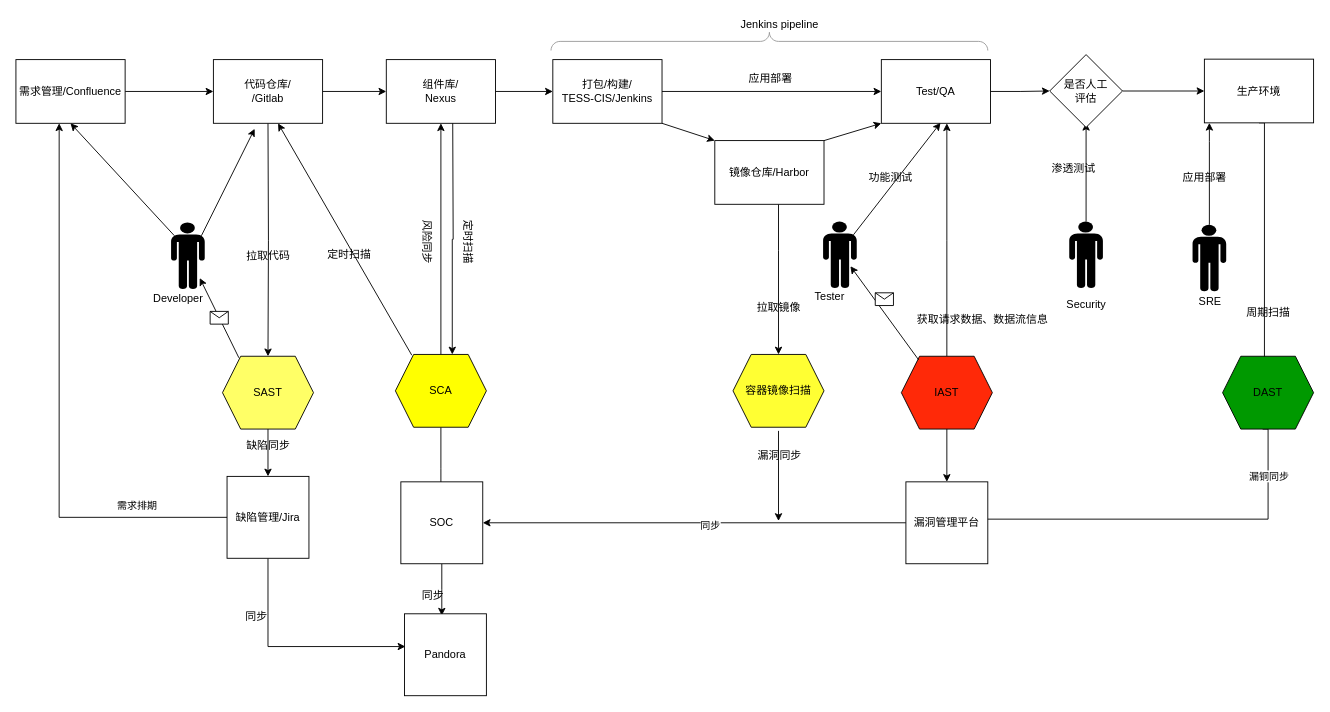
March110/- keeps this draw.io diagram as Untitled Diagram.drawio. Above is the earlier version. Source tidied: cells renumbered, new cells numbered last; positions are measured from the earlier drawing's top-left corner, leaving out a move shared by most shapes. Both pictures are drawn from the tidied source at 91%, with x=0, y=0 at pixel (15, 15).
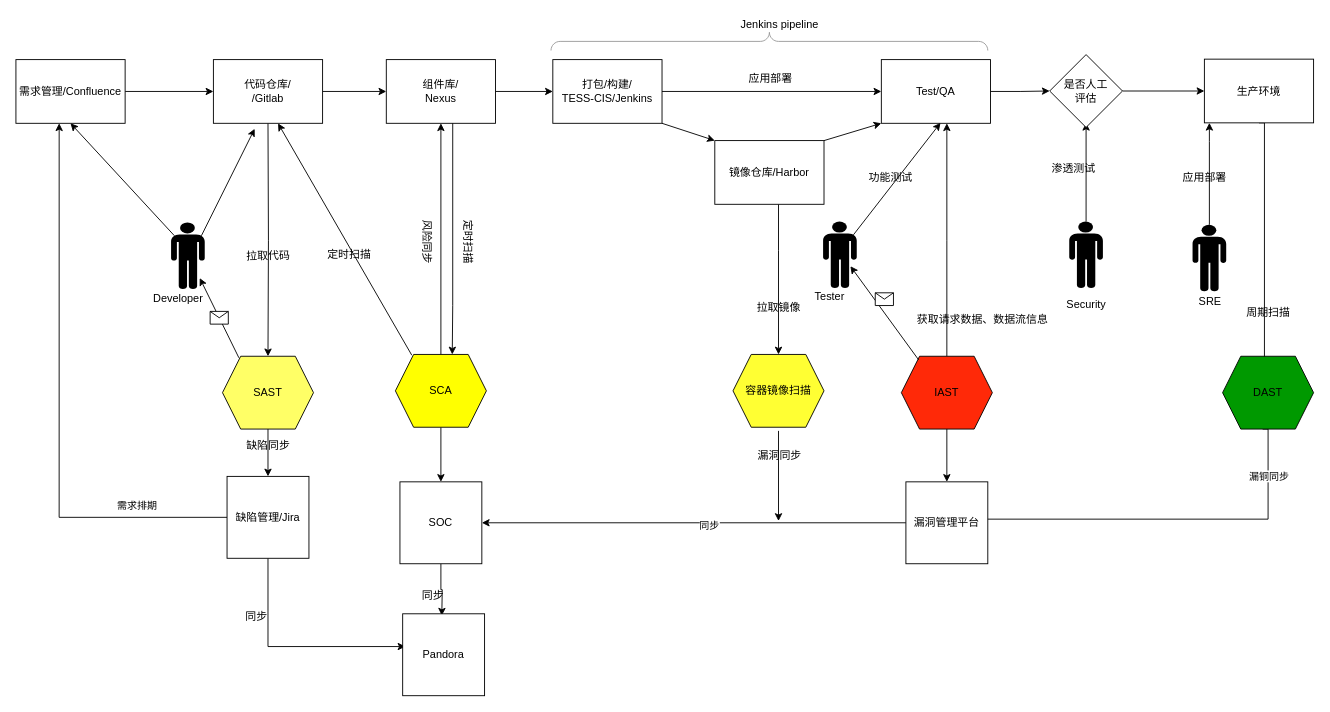
The same page after the edit.

Unchanged cells that the change refers to:
```xml
<mxCell id="18" value="SCA" style="shape=hexagon;perimeter=hexagonPerimeter2;whiteSpace=wrap;html=1;fixedSize=1;fillColor=#FFFF00;" parent="1" vertex="1">
  <mxGeometry x="417" y="372" width="100" height="80" as="geometry" />
</mxCell>
```

Diff of the diagram source:
```diff
@@
-    <mxCell id="17" style="edgeStyle=orthogonalEdgeStyle;rounded=0;jettySize=auto;html=1;" parent="1" edge="1" source="18">
-      <mxGeometry relative="1" as="geometry">
-        <mxPoint x="467" y="542" as="targetPoint" />
-      </mxGeometry>
-    </mxCell>
+    <mxCell id="80" style="edgeStyle=orthogonalEdgeStyle;rounded=0;jettySize=auto;html=1;" parent="1" edge="1" source="18" target="71">
+      <mxGeometry relative="1" as="geometry" />
+    </mxCell>
@@
     <mxCell id="71" value="SOC" style="whiteSpace=wrap;html=1;" parent="1" vertex="1">
-      <mxGeometry x="423" y="512" width="90" height="90" as="geometry" />
+      <mxGeometry x="422" y="512" width="90" height="90" as="geometry" />
     </mxCell>
     <mxCell id="72" value="Pandora" style="whiteSpace=wrap;html=1;" parent="1" vertex="1">
-      <mxGeometry x="427" y="657" width="90" height="90" as="geometry" />
+      <mxGeometry x="425" y="657" width="90" height="90" as="geometry" />
     </mxCell>
@@
     <mxCell id="78" style="edgeStyle=orthogonalEdgeStyle;rounded=0;jettySize=auto;html=1;entryX=0.625;entryY=0;entryDx=0;entryDy=0;" parent="1" edge="1" target="18">
       <mxGeometry relative="1" as="geometry">
         <mxPoint x="480" y="118" as="sourcePoint" />
+        <Array as="points">
+          <mxPoint x="480" y="318" />
+          <mxPoint x="480" y="318" />
+        </Array>
       </mxGeometry>
     </mxCell>
```
